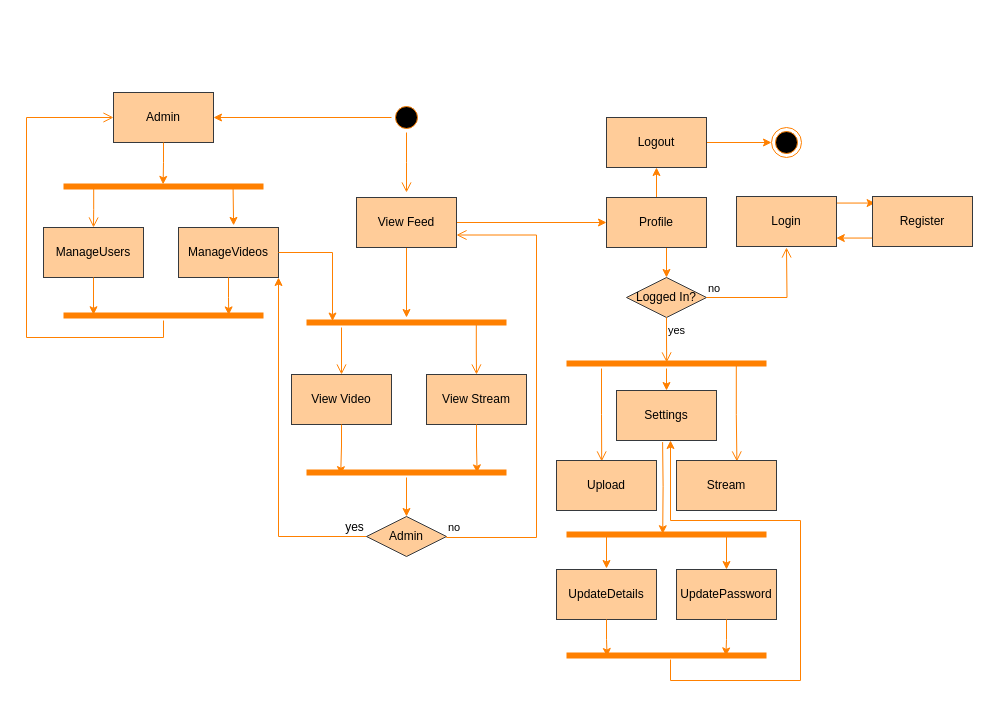
This is BoredCast_Activity_Diagram.drawio from CorbinCoder/Diagrams, a draw.io file, before an edit. Source tidied: cells renumbered, new cells numbered last; positions are measured from the earlier drawing's top-left corner, leaving out a move shared by most shapes. Both pictures are drawn from the tidied source at 100%, with x=0, y=0 at pixel (26, 92).
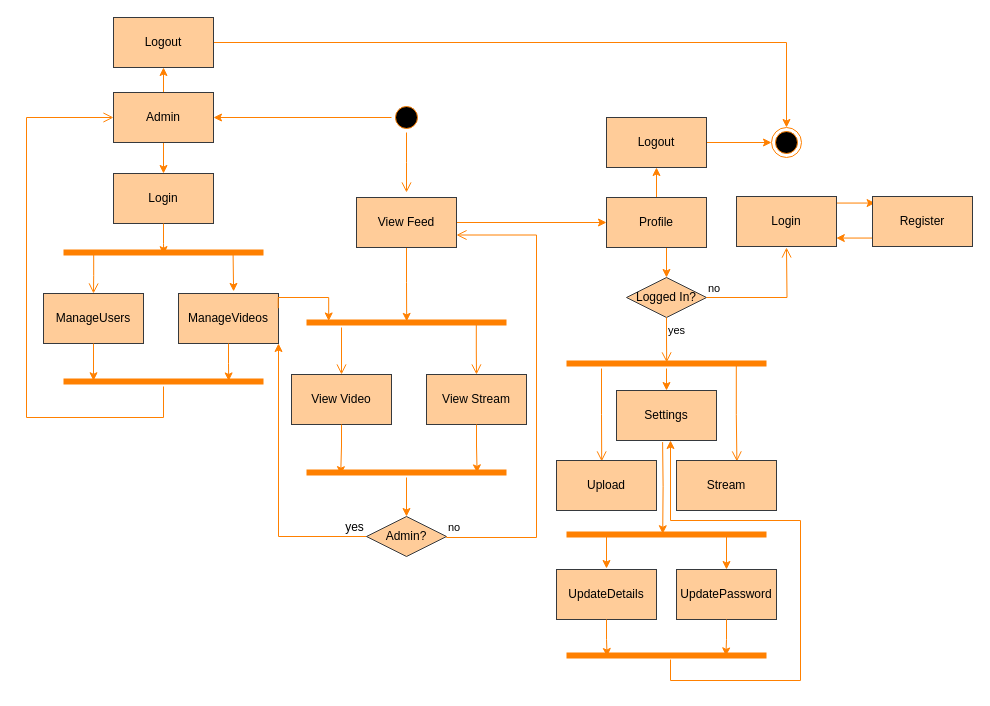
The same diagram, later.

The change refers to these unchanged cells:
```xml
<mxCell id="7" value="&lt;div&gt;View Feed&lt;/div&gt;" style="html=1;dashed=0;whiteSpace=wrap;strokeColor=#36393d;fillColor=#ffcc99;" parent="1" vertex="1">
  <mxGeometry x="330" y="105" width="100" height="50" as="geometry" />
</mxCell>
<mxCell id="14" style="shape=line;html=1;strokeWidth=6;strokeColor=#FF8000;" parent="1" vertex="1">
  <mxGeometry x="280" y="225" width="200" height="10" as="geometry" />
</mxCell>
<mxCell id="33" value="Admin" style="html=1;dashed=0;whiteSpace=wrap;strokeColor=#36393d;fillColor=#ffcc99;" parent="1" vertex="1">
  <mxGeometry x="87" width="100" height="50" as="geometry" />
</mxCell>
<mxCell id="58" style="ellipse;html=1;shape=endState;fillColor=#000000;strokeColor=#FF8000;" parent="1" vertex="1">
  <mxGeometry x="745" y="35" width="30" height="30" as="geometry" />
</mxCell>
```

What changed in the source:
```diff
@@
-    <mxCell id="5" style="edgeStyle=orthogonalEdgeStyle;rounded=0;jettySize=auto;html=1;strokeColor=#FF8000;" parent="1" edge="1" source="7" target="14">
+    <mxCell id="5" style="edgeStyle=orthogonalEdgeStyle;rounded=0;jettySize=auto;html=1;strokeColor=#FF8000;entryX=0.501;entryY=0.387;entryDx=0;entryDy=0;entryPerimeter=0;" parent="1" edge="1" source="7" target="14">
       <mxGeometry relative="1" as="geometry" />
     </mxCell>
@@
+    <mxCell id="63" style="edgeStyle=orthogonalEdgeStyle;rounded=0;jettySize=auto;html=1;entryX=0.5;entryY=0;entryDx=0;entryDy=0;strokeColor=#FF8000;" parent="1" edge="1" source="33" target="65">
+      <mxGeometry relative="1" as="geometry" />
+    </mxCell>
+    <mxCell id="64" style="edgeStyle=orthogonalEdgeStyle;rounded=0;jettySize=auto;html=1;entryX=0.5;entryY=1;entryDx=0;entryDy=0;strokeColor=#FF8000;" parent="1" edge="1" source="33" target="68">
+      <mxGeometry relative="1" as="geometry" />
+    </mxCell>
@@
     <mxCell id="34" style="shape=line;html=1;strokeWidth=6;strokeColor=#FF8000;" parent="1" vertex="1">
-      <mxGeometry x="37" y="89" width="200" height="10" as="geometry" />
+      <mxGeometry x="37" y="155" width="200" height="10" as="geometry" />
     </mxCell>
@@
-    <mxCell id="36" style="edgeStyle=orthogonalEdgeStyle;rounded=0;jettySize=auto;html=1;entryX=0.498;entryY=0.289;entryDx=0;entryDy=0;entryPerimeter=0;strokeColor=#FF8000;" parent="1" edge="1" source="33" target="34">
-      <mxGeometry relative="1" as="geometry" />
-    </mxCell>
     <mxCell id="37" value="ManageVideos" style="html=1;dashed=0;whiteSpace=wrap;strokeColor=#36393d;fillColor=#ffcc99;" parent="1" vertex="1">
-      <mxGeometry x="152" y="135" width="100" height="50" as="geometry" />
+      <mxGeometry x="152" y="201" width="100" height="50" as="geometry" />
     </mxCell>
     <mxCell id="38" value="ManageUsers" style="html=1;dashed=0;whiteSpace=wrap;strokeColor=#36393d;fillColor=#ffcc99;" parent="1" vertex="1">
-      <mxGeometry x="17" y="135" width="100" height="50" as="geometry" />
+      <mxGeometry x="17" y="201" width="100" height="50" as="geometry" />
     </mxCell>
@@
-    <mxCell id="40" style="edgeStyle=orthogonalEdgeStyle;rounded=0;jettySize=auto;html=1;entryX=0.13;entryY=0.355;entryDx=0;entryDy=0;entryPerimeter=0;strokeColor=#FF8000;" parent="1" edge="1" source="37" target="14">
-      <mxGeometry relative="1" as="geometry" />
-    </mxCell>
@@
-    <mxCell id="46" value="Admin" style="rhombus;whiteSpace=wrap;html=1;fillColor=#ffcc99;strokeColor=#36393d;" parent="1" vertex="1">
+    <mxCell id="46" value="Admin?" style="rhombus;whiteSpace=wrap;html=1;fillColor=#ffcc99;strokeColor=#36393d;" parent="1" vertex="1">
       <mxGeometry x="340" y="424" width="80" height="40" as="geometry" />
     </mxCell>
@@
     <mxCell id="59" style="shape=line;html=1;strokeWidth=6;strokeColor=#FF8000;" parent="1" vertex="1">
-      <mxGeometry x="37" y="218" width="200" height="10" as="geometry" />
+      <mxGeometry x="37" y="284" width="200" height="10" as="geometry" />
     </mxCell>
     <mxCell id="60" style="edgeStyle=orthogonalEdgeStyle;html=1;verticalAlign=bottom;endArrow=open;endSize=8;strokeColor=#FF8000;rounded=0;entryX=0;entryY=0.5;entryDx=0;entryDy=0;" parent="1" edge="1" source="59" target="33">
       <mxGeometry relative="1" as="geometry">
         <Array as="points">
-          <mxPoint x="137" y="245" />
-          <mxPoint y="245" />
+          <mxPoint x="137" y="325" />
+          <mxPoint y="325" />
           <mxPoint y="25" />
         </Array>
       </mxGeometry>
     </mxCell>
@@
+    <mxCell id="40" style="edgeStyle=orthogonalEdgeStyle;rounded=0;jettySize=auto;html=1;entryX=0.111;entryY=0.348;entryDx=0;entryDy=0;entryPerimeter=0;exitX=0.997;exitY=0.294;exitDx=0;exitDy=0;exitPerimeter=0;strokeColor=#FF8000;" parent="1" edge="1" source="37" target="14">
+      <mxGeometry relative="1" as="geometry">
+        <Array as="points">
+          <mxPoint x="252" y="205" />
+          <mxPoint x="302" y="205" />
+        </Array>
+      </mxGeometry>
+    </mxCell>
+    <mxCell id="65" value="Login" style="html=1;dashed=0;whiteSpace=wrap;strokeColor=#36393d;fillColor=#ffcc99;" parent="1" vertex="1">
+      <mxGeometry x="87" y="81" width="100" height="50" as="geometry" />
+    </mxCell>
+    <mxCell id="66" style="edgeStyle=orthogonalEdgeStyle;rounded=0;jettySize=auto;html=1;entryX=0.501;entryY=0.716;entryDx=0;entryDy=0;entryPerimeter=0;strokeColor=#FF8000;" parent="1" edge="1" source="65" target="34">
+      <mxGeometry relative="1" as="geometry" />
+    </mxCell>
+    <mxCell id="67" style="edgeStyle=orthogonalEdgeStyle;rounded=0;jettySize=auto;html=1;entryX=0.5;entryY=0;entryDx=0;entryDy=0;strokeColor=#FF8000;" parent="1" edge="1" source="68" target="58">
+      <mxGeometry relative="1" as="geometry" />
+    </mxCell>
+    <mxCell id="68" value="Logout" style="html=1;dashed=0;whiteSpace=wrap;strokeColor=#36393d;fillColor=#ffcc99;" parent="1" vertex="1">
+      <mxGeometry x="87" y="-75" width="100" height="50" as="geometry" />
+    </mxCell>
```
